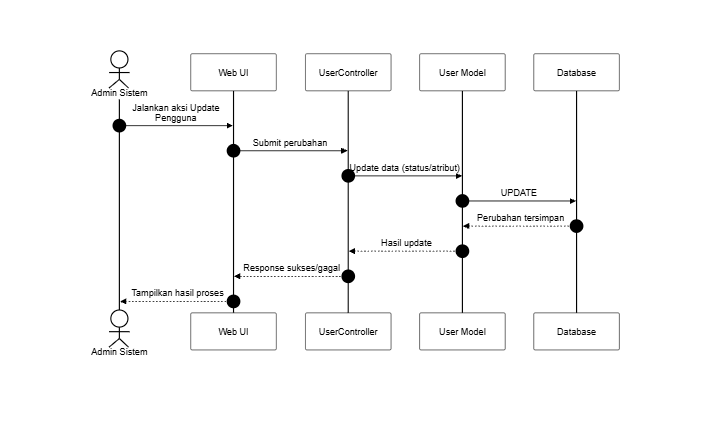
Above: docs/SequenceDiagram/PNG_Transparent/KelolaPengguna-UpdatePengguna.png in SulaimanHafi23/SimpegRSHDI (Mermaid), before the change. Its source is kept beside it as docs/SequenceDiagram/KelolaPengguna-UpdatePengguna.mermaid. The source it was exported from:
```mermaid
%%{init: {"theme": "base", "themeVariables": {"background": "#dddddd", "primaryColor": "#ffffff", "primaryBorderColor": "#000000", "primaryTextColor": "#000000", "lineColor": "#000000", "textColor": "#000000", "actorBkg": "#ffffff", "actorBorder": "#000000", "actorTextColor": "#000000", "activationBkgColor": "#ffffff", "activationBorderColor": "#000000", "signalColor": "#000000", "signalTextColor": "#000000", "labelBoxBkgColor": "#ffffff", "labelBoxBorderColor": "#000000", "labelTextColor": "#000000", "sequenceNumberColor": "#000000", "noteBkgColor": "#ffffff", "noteBorderColor": "#000000", "noteTextColor": "#000000"}, "sequence": {"useMaxWidth": true, "wrap": true, "messageFontSize": 12, "noteFontSize": 12}}}%%
sequenceDiagram
    autonumber
    actor A as Admin Sistem
    participant UI as Web UI
    participant C as UserController
    participant M as User Model
    participant DB as Database

    A->>UI: Jalankan aksi Update Pengguna
    UI->>C: Submit perubahan
    C->>M: Update data (status/atribut)
    M->>DB: UPDATE
    DB-->>M: Perubahan tersimpan
    M-->>C: Hasil update
    C-->>UI: Response sukses/gagal
    UI-->>A: Tampilkan hasil proses
```
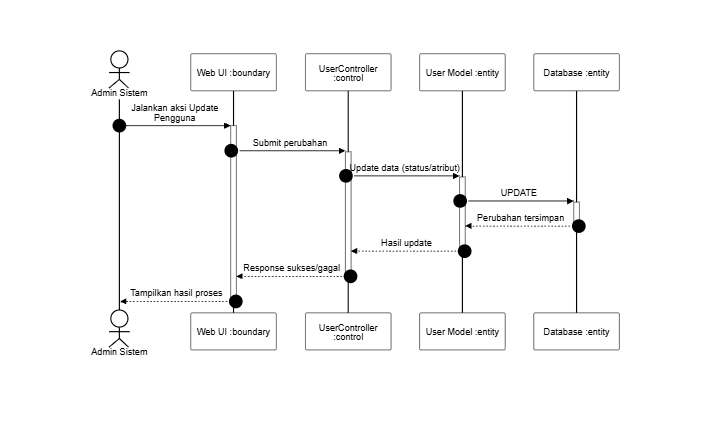
The same diagram one commit later.

What changed in the source:
```diff
@@ -2,16 +2,16 @@
 sequenceDiagram
     autonumber
     actor A as Admin Sistem
-    participant UI as Web UI
-    participant C as UserController
-    participant M as User Model
-    participant DB as Database
+    participant UI as Web UI :boundary
+    participant C as UserController :control
+    participant M as User Model :entity
+    participant DB as Database :entity
 
-    A->>UI: Jalankan aksi Update Pengguna
-    UI->>C: Submit perubahan
-    C->>M: Update data (status/atribut)
-    M->>DB: UPDATE
-    DB-->>M: Perubahan tersimpan
-    M-->>C: Hasil update
-    C-->>UI: Response sukses/gagal
-    UI-->>A: Tampilkan hasil proses
+    A->>+UI: Jalankan aksi Update Pengguna
+    UI->>+C: Submit perubahan
+    C->>+M: Update data (status/atribut)
+    M->>+DB: UPDATE
+    DB-->>-M: Perubahan tersimpan
+    M-->>-C: Hasil update
+    C-->>-UI: Response sukses/gagal
+    UI-->>-A: Tampilkan hasil proses
```
